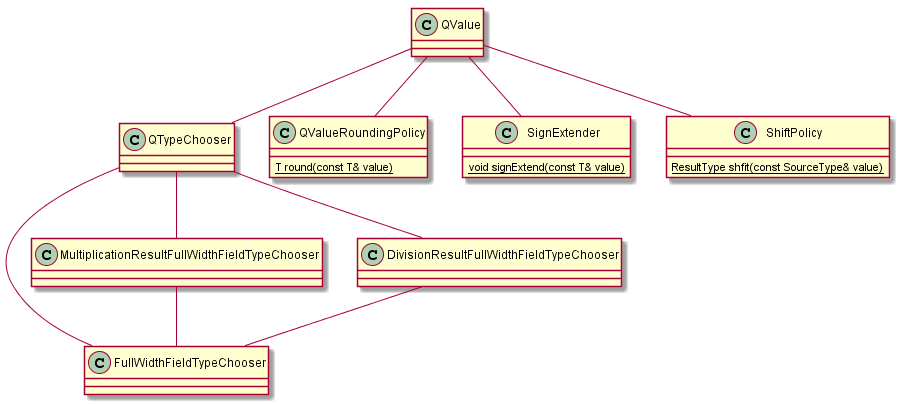
Above: uml/qformat/qformat_class.png in intel/cppnnml (PlantUML), before the change.
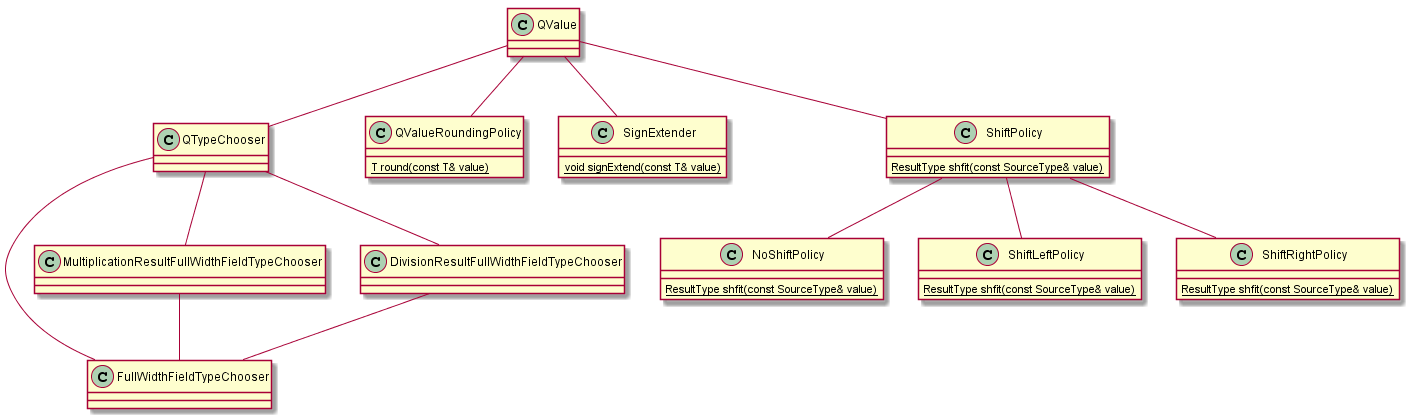
The same file after the commit.

Commit message:
Update to Q format UML and PNG output.

What changed in the source:
```diff
@@ -24,6 +24,18 @@
 {static} ResultType shfit(const SourceType& value)
 }
 
+class NoShiftPolicy {
+{static} ResultType shfit(const SourceType& value)
+}
+
+class ShiftLeftPolicy {
+{static} ResultType shfit(const SourceType& value)
+}
+
+class ShiftRightPolicy {
+{static} ResultType shfit(const SourceType& value)
+}
+
 class QValue {
 }
 
@@ -36,5 +48,8 @@
 QValue -- QValueRoundingPolicy
 QValue -- SignExtender
 QValue -- ShiftPolicy
+ShiftPolicy -- NoShiftPolicy
+ShiftPolicy -- ShiftLeftPolicy
+ShiftPolicy -- ShiftRightPolicy
 
 @enduml
```
